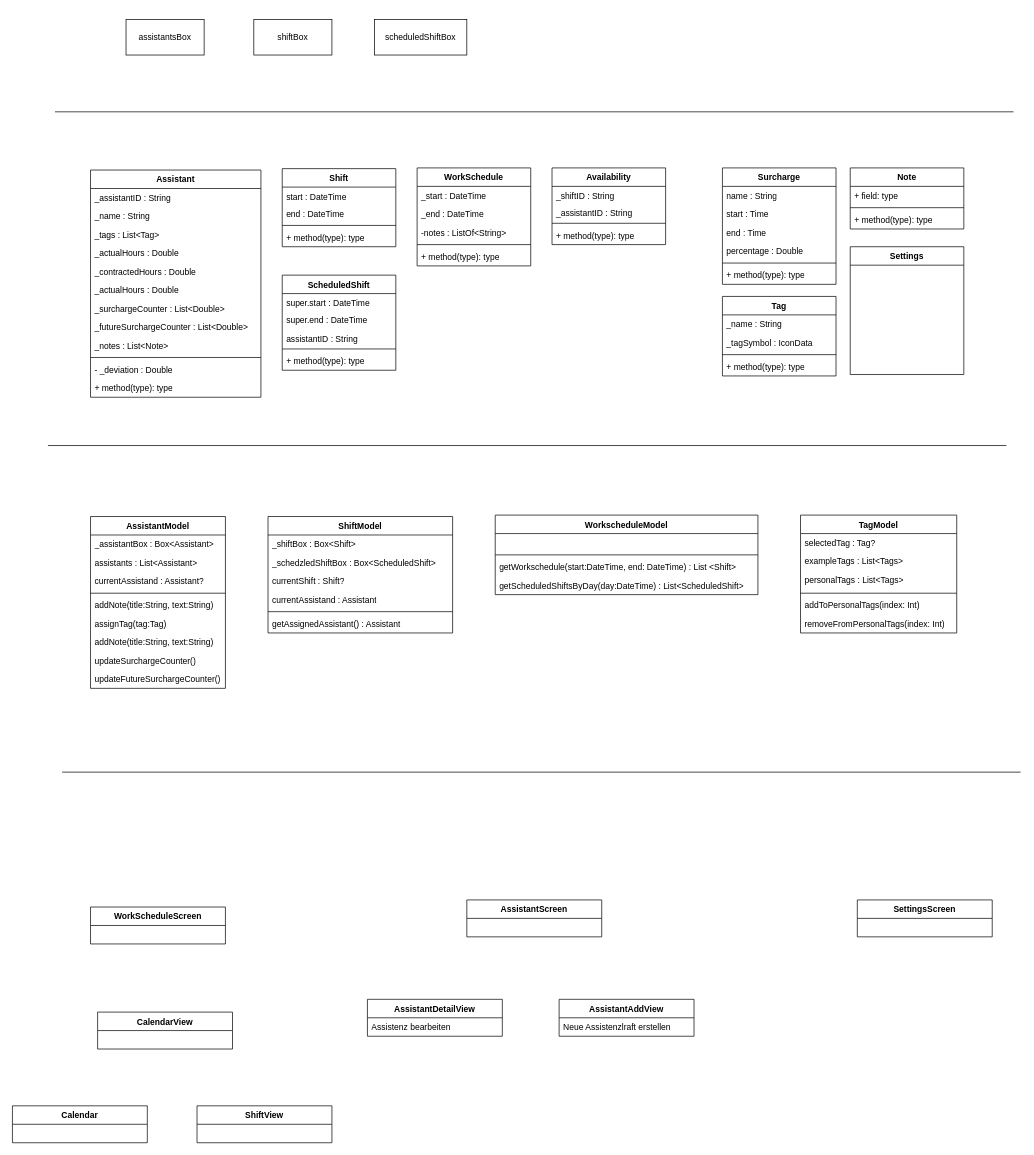
Above: 4_Entwurf/4_UML/4_UML_Klassendiagramme/Klassendiagramm_Feinentwurf.drawio in annikalenneper/praxisprojekt_mi_bachelor_SoSe24 (draw.io), before the change. Source tidied: cells renumbered, new cells numbered last; positions are measured from the earlier drawing's top-left corner, leaving out a move shared by most shapes. Both pictures are drawn from the tidied source at 71%, with x=0, y=0 at pixel (12, 19).
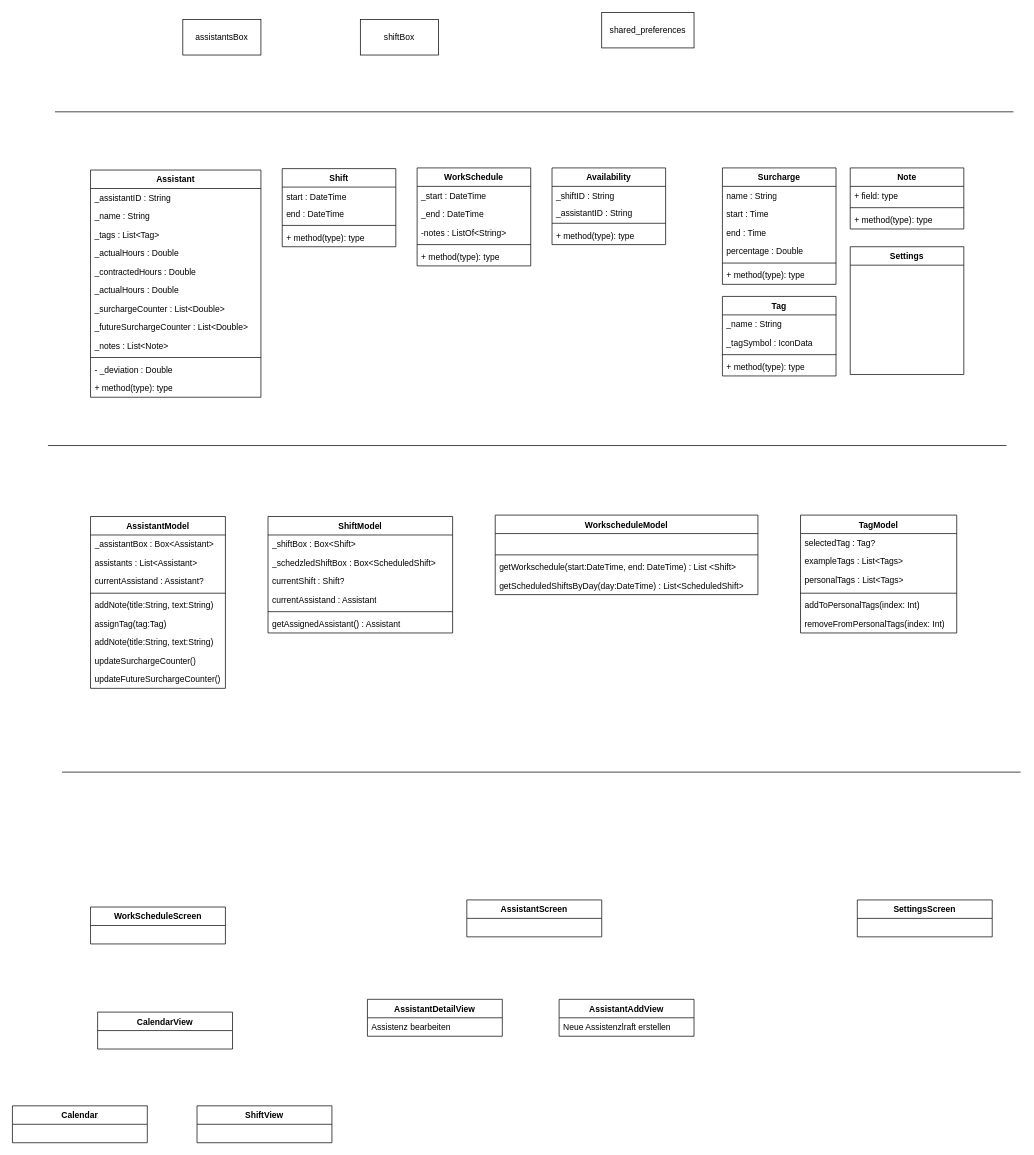
The same diagram, later.

The edit, as a diff of the source:
```diff
@@
-    <mxCell id="21" value="ScheduledShift" style="swimlane;fontStyle=1;align=center;verticalAlign=top;horizontal=1;startSize=26;whiteSpace=wrap;html=1;" parent="1" vertex="1">
-      <mxGeometry x="380" y="360" width="160" height="134" as="geometry" />
-    </mxCell>
-    <mxCell id="22" value="super.start : DateTime" style="text;align=left;verticalAlign=top;spacingLeft=4;spacingRight=4;overflow=hidden;rounded=0;shadow=0;html=0;" parent="21" vertex="1">
-      <mxGeometry y="26" width="160" height="24" as="geometry" />
-    </mxCell>
-    <mxCell id="23" value="super.end : DateTime&#10;" style="text;align=left;verticalAlign=top;spacingLeft=4;spacingRight=4;overflow=hidden;rounded=0;shadow=0;html=0;" parent="21" vertex="1">
-      <mxGeometry y="50" width="160" height="26" as="geometry" />
-    </mxCell>
-    <mxCell id="24" value="assistantID : String" style="text;align=left;verticalAlign=top;spacingLeft=4;spacingRight=4;overflow=hidden;" parent="21" vertex="1">
-      <mxGeometry y="76" width="160" height="24" as="geometry" />
-    </mxCell>
-    <mxCell id="25" style="line;strokeWidth=1;fillColor=none;align=left;verticalAlign=middle;spacingTop=-1;spacingLeft=3;spacingRight=3;labelPosition=right;strokeColor=inherit;" parent="21" vertex="1">
-      <mxGeometry y="100" width="160" height="8" as="geometry" />
-    </mxCell>
-    <mxCell id="26" value="+ method(type): type" style="text;strokeColor=none;fillColor=none;align=left;verticalAlign=top;spacingLeft=4;spacingRight=4;overflow=hidden;whiteSpace=wrap;html=1;" parent="21" vertex="1">
-      <mxGeometry y="108" width="160" height="26" as="geometry" />
-    </mxCell>
@@
     <mxCell id="50" value="shiftBox" style="html=1;whiteSpace=wrap;" parent="1" vertex="1">
-      <mxGeometry x="340" width="110" height="50" as="geometry" />
+      <mxGeometry x="490" width="110" height="50" as="geometry" />
     </mxCell>
-    <mxCell id="51" value="scheduledShiftBox" style="html=1;whiteSpace=wrap;" parent="1" vertex="1">
-      <mxGeometry x="510" width="130" height="50" as="geometry" />
-    </mxCell>
     <mxCell id="52" value="assistantsBox" style="html=1;whiteSpace=wrap;" parent="1" vertex="1">
-      <mxGeometry x="160" width="110" height="50" as="geometry" />
+      <mxGeometry x="240" width="110" height="50" as="geometry" />
     </mxCell>
@@
+    <mxCell id="99" value="shared_preferences" style="html=1;whiteSpace=wrap;" parent="1" vertex="1">
+      <mxGeometry x="830" y="-10" width="130" height="50" as="geometry" />
+    </mxCell>
```
